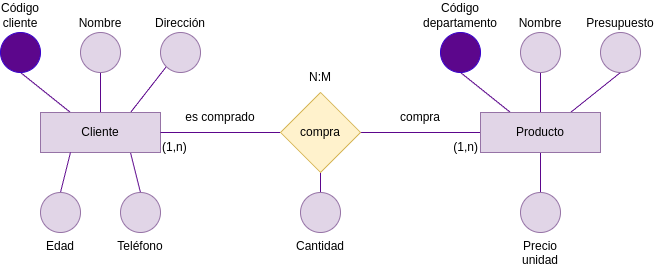
Above: entity-relationship-model/images/relationship-customer-product.png in ull-cs/adbd (draw.io), before the change. Source tidied: cells renumbered, new cells last; positions are measured from the earlier drawing's top-left corner, leaving out a move shared by most shapes.
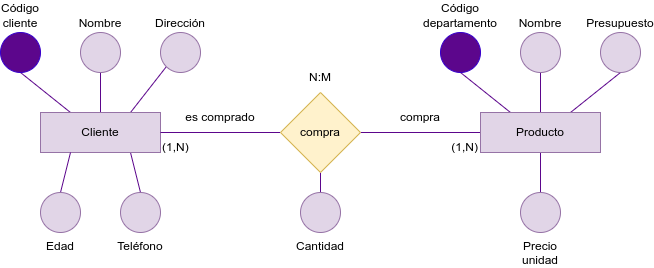
Later version of the same file.

Change to the diagram source:
```diff
@@ -73,10 +73,10 @@
     <mxCell id="24" value="N:M" style="text;html=1;strokeColor=none;fillColor=none;align=center;verticalAlign=middle;whiteSpace=wrap;rounded=0;" parent="1" vertex="1">
       <mxGeometry x="260" y="30" width="120" height="30" as="geometry" />
     </mxCell>
-    <mxCell id="25" value="(1,n)" style="text;html=1;strokeColor=none;fillColor=none;align=left;verticalAlign=middle;whiteSpace=wrap;rounded=0;" parent="1" vertex="1">
+    <mxCell id="25" value="(1,N)" style="text;html=1;strokeColor=none;fillColor=none;align=left;verticalAlign=middle;whiteSpace=wrap;rounded=0;" parent="1" vertex="1">
       <mxGeometry x="160" y="100" width="120" height="30" as="geometry" />
     </mxCell>
-    <mxCell id="26" value="(1,n)" style="text;html=1;strokeColor=none;fillColor=none;align=right;verticalAlign=middle;whiteSpace=wrap;rounded=0;" parent="1" vertex="1">
+    <mxCell id="26" value="(1,N)" style="text;html=1;strokeColor=none;fillColor=none;align=right;verticalAlign=middle;whiteSpace=wrap;rounded=0;" parent="1" vertex="1">
       <mxGeometry x="360" y="100" width="120" height="30" as="geometry" />
     </mxCell>
     <mxCell id="27" style="edgeStyle=none;html=1;exitX=0.5;exitY=0;exitDx=0;exitDy=0;entryX=0.25;entryY=1;entryDx=0;entryDy=0;endArrow=none;endFill=0;strokeColor=#5C068C;" parent="1" edge="1" source="28" target="18">
```
